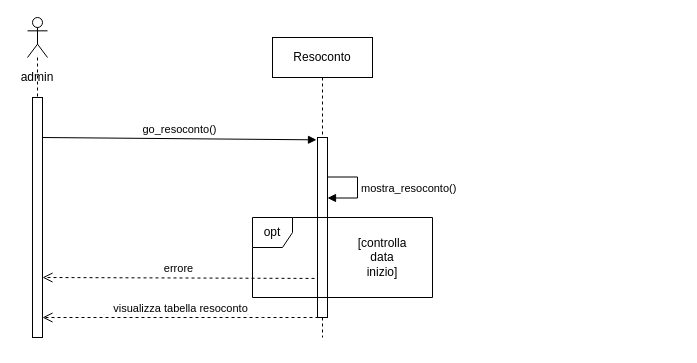
This is Diagrammi_delle_sequenze/modificabili/diagramma_resoconto.drawio from fd-col/ProgettoIngegneriaDelSoftware, a draw.io file, before an edit. Source tidied: cells renumbered, new cells numbered last; positions are measured from the earlier drawing's top-left corner, leaving out a move shared by most shapes. Both pictures are drawn from the tidied source at 100%, with x=0, y=0 at pixel (17, 17).
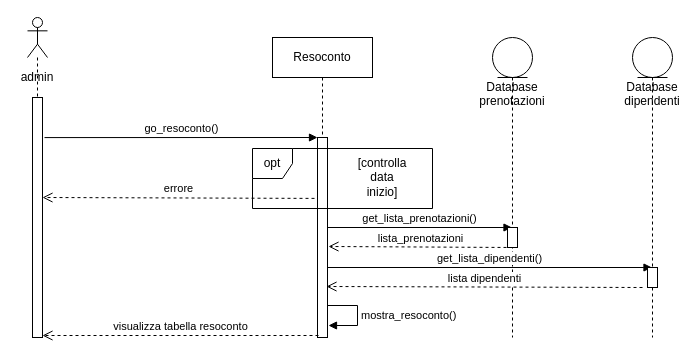
Above is the later version.

The change refers to these unchanged cells:
```xml
<mxCell id="3" style="html=1;points=[];perimeter=orthogonalPerimeter;" parent="1" vertex="1">
  <mxGeometry x="15" y="80" width="10" height="240" as="geometry" />
</mxCell>
```

Diff of the diagram source:
```diff
@@
-    <mxCell id="6" value="go_resoconto()" style="html=1;verticalAlign=bottom;endArrow=block;entryX=-0.1;entryY=0.013;entryDx=0;entryDy=0;entryPerimeter=0;" parent="1" edge="1" target="7">
+    <mxCell id="6" value="go_resoconto()" style="html=1;verticalAlign=bottom;endArrow=block;exitX=1.2;exitY=0.167;exitDx=0;exitDy=0;exitPerimeter=0;" parent="1" edge="1" source="3">
       <mxGeometry relative="1" as="geometry">
-        <mxPoint x="25" y="120" as="sourcePoint" />
+        <mxPoint x="300" y="120" as="targetPoint" />
       </mxGeometry>
     </mxCell>
     <mxCell id="7" style="html=1;points=[];perimeter=orthogonalPerimeter;" parent="1" vertex="1">
-      <mxGeometry x="300" y="120" width="10" height="180" as="geometry" />
+      <mxGeometry x="300" y="120" width="10" height="200" as="geometry" />
     </mxCell>
-    <mxCell id="8" value="mostra_resoconto()" style="edgeStyle=orthogonalEdgeStyle;html=1;align=left;spacingLeft=2;endArrow=block;rounded=0;" parent="1" edge="1">
-      <mxGeometry relative="1" as="geometry">
-        <mxPoint x="310" y="159.5" as="sourcePoint" />
-        <mxPoint x="310" y="180.5" as="targetPoint" />
-        <Array as="points">
-          <mxPoint x="340" y="159.5" />
-          <mxPoint x="340" y="180.5" />
-        </Array>
-      </mxGeometry>
-    </mxCell>
-    <mxCell id="9" value="visualizza tabella resoconto" style="html=1;verticalAlign=bottom;endArrow=open;dashed=1;endSize=8;exitX=0.1;exitY=1;exitDx=0;exitDy=0;exitPerimeter=0;" parent="1" edge="1" source="7" target="3">
+    <mxCell id="9" value="visualizza tabella resoconto" style="html=1;verticalAlign=bottom;endArrow=open;dashed=1;endSize=8;exitX=0.1;exitY=1;exitDx=0;exitDy=0;exitPerimeter=0;" parent="1" edge="1">
       <mxGeometry relative="1" as="geometry">
+        <mxPoint x="301" y="318" as="sourcePoint" />
+        <mxPoint x="25" y="318" as="targetPoint" />
         <Array as="points">
-          <mxPoint x="255" y="300" />
+          <mxPoint x="255" y="318" />
         </Array>
       </mxGeometry>
     </mxCell>
     <mxCell id="10" value="opt" style="shape=umlFrame;whiteSpace=wrap;html=1;width=40;height=30;" parent="1" vertex="1">
-      <mxGeometry x="235" y="200" width="180" height="80" as="geometry" />
+      <mxGeometry x="235" y="131" width="180" height="60" as="geometry" />
     </mxCell>
     <mxCell id="11" value="[controlla data inizio]" style="text;html=1;strokeColor=none;fillColor=none;align=center;verticalAlign=middle;whiteSpace=wrap;rounded=0;" parent="1" vertex="1">
-      <mxGeometry x="345" y="230" width="40" height="20" as="geometry" />
+      <mxGeometry x="345" y="150" width="40" height="20" as="geometry" />
     </mxCell>
-    <mxCell id="12" value="errore" style="html=1;verticalAlign=bottom;endArrow=open;dashed=1;endSize=8;exitX=-0.3;exitY=0.783;exitDx=0;exitDy=0;exitPerimeter=0;" parent="1" edge="1" source="7">
+    <mxCell id="12" value="errore" style="html=1;verticalAlign=bottom;endArrow=open;dashed=1;endSize=8;exitX=-0.3;exitY=0.783;exitDx=0;exitDy=0;exitPerimeter=0;" parent="1" edge="1">
       <mxGeometry relative="1" as="geometry">
-        <mxPoint x="25" y="260" as="targetPoint" />
+        <mxPoint x="297" y="180.9" as="sourcePoint" />
+        <mxPoint x="25" y="180" as="targetPoint" />
       </mxGeometry>
     </mxCell>
+    <mxCell id="8" value="mostra_resoconto()" style="edgeStyle=orthogonalEdgeStyle;html=1;align=left;spacingLeft=2;endArrow=block;rounded=0;" parent="1" edge="1">
+      <mxGeometry relative="1" as="geometry">
+        <mxPoint x="310" y="288" as="sourcePoint" />
+        <mxPoint x="311" y="308" as="targetPoint" />
+        <Array as="points">
+          <mxPoint x="340" y="288" />
+          <mxPoint x="340" y="308" />
+        </Array>
+      </mxGeometry>
+    </mxCell>
+    <mxCell id="13" value="Database&lt;br&gt;dipendenti" style="shape=umlLifeline;participant=umlEntity;perimeter=lifelinePerimeter;whiteSpace=wrap;html=1;verticalAlign=top;spacingTop=36;outlineConnect=0;" parent="1" vertex="1">
+      <mxGeometry x="615" y="20" width="40" height="300" as="geometry" />
+    </mxCell>
+    <mxCell id="14" value="Database&lt;br&gt;prenotazioni" style="shape=umlLifeline;participant=umlEntity;perimeter=lifelinePerimeter;whiteSpace=wrap;html=1;verticalAlign=top;spacingTop=36;outlineConnect=0;" parent="1" vertex="1">
+      <mxGeometry x="475" y="20" width="40" height="300" as="geometry" />
+    </mxCell>
+    <mxCell id="15" value="get_lista_prenotazioni()" style="html=1;verticalAlign=bottom;endArrow=block;" parent="1" edge="1" target="14">
+      <mxGeometry relative="1" as="geometry">
+        <mxPoint x="310" y="210" as="sourcePoint" />
+      </mxGeometry>
+    </mxCell>
+    <mxCell id="16" value="lista_prenotazioni" style="html=1;verticalAlign=bottom;endArrow=open;dashed=1;endSize=8;entryX=1.1;entryY=0.545;entryDx=0;entryDy=0;entryPerimeter=0;" parent="1" edge="1" target="7">
+      <mxGeometry relative="1" as="geometry">
+        <mxPoint x="495" y="230" as="sourcePoint" />
+      </mxGeometry>
+    </mxCell>
+    <mxCell id="17" style="html=1;perimeter=orthogonalPerimeter;" parent="1" vertex="1">
+      <mxGeometry x="490" y="210" width="10" height="20" as="geometry" />
+    </mxCell>
+    <mxCell id="18" value="get_lista_dipendenti()" style="html=1;verticalAlign=bottom;endArrow=block;" parent="1" edge="1" target="13">
+      <mxGeometry relative="1" as="geometry">
+        <mxPoint x="310" y="250" as="sourcePoint" />
+      </mxGeometry>
+    </mxCell>
+    <mxCell id="19" style="html=1;perimeter=orthogonalPerimeter;" parent="1" vertex="1">
+      <mxGeometry x="630" y="250" width="10" height="20" as="geometry" />
+    </mxCell>
+    <mxCell id="20" value="lista dipendenti" style="html=1;verticalAlign=bottom;endArrow=open;dashed=1;endSize=8;entryX=0.9;entryY=0.745;entryDx=0;entryDy=0;entryPerimeter=0;" parent="1" edge="1" target="7">
+      <mxGeometry relative="1" as="geometry">
+        <mxPoint x="625" y="270" as="sourcePoint" />
+      </mxGeometry>
+    </mxCell>
```
